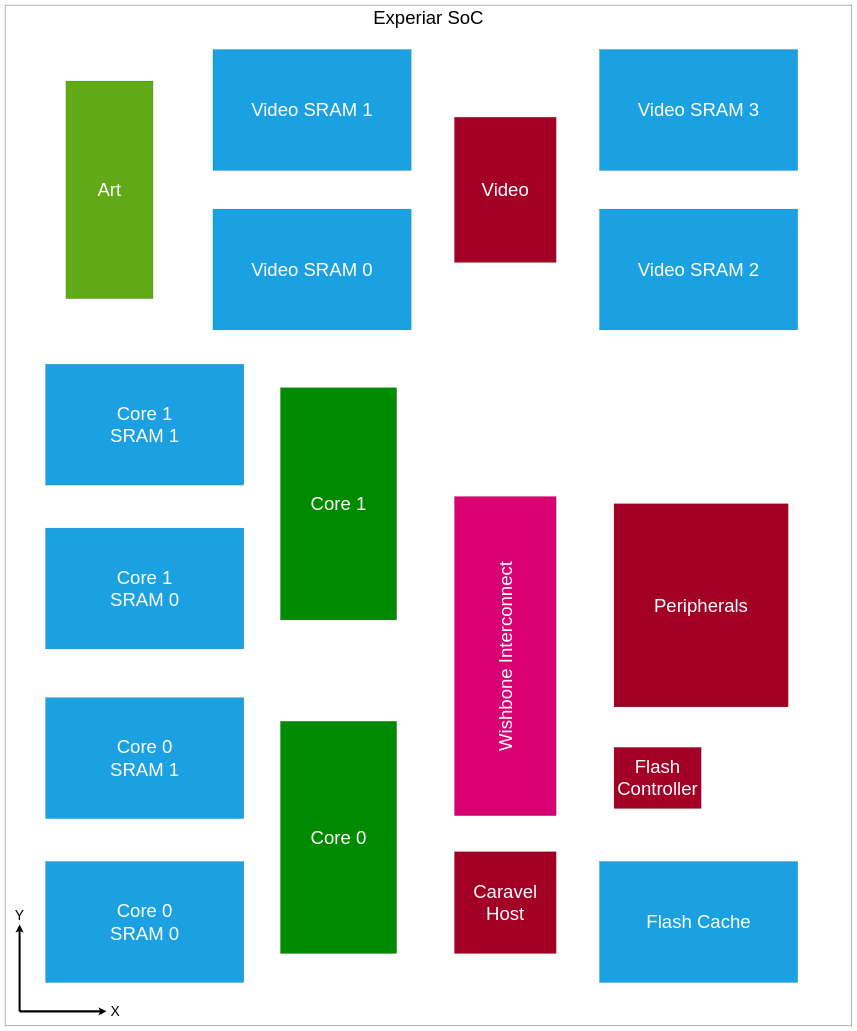
Above: page "Chip" (1 of 2) of docs/Design/Macros.drawio in Wevel/ExperiarSoC (draw.io), before the change. Source tidied: cells renumbered, new cells numbered last; positions are measured from the earlier drawing's top-left corner, leaving out a move shared by most shapes. Both pictures are drawn from the tidied source at 29%, with x=0, y=0 at pixel (5, 5).
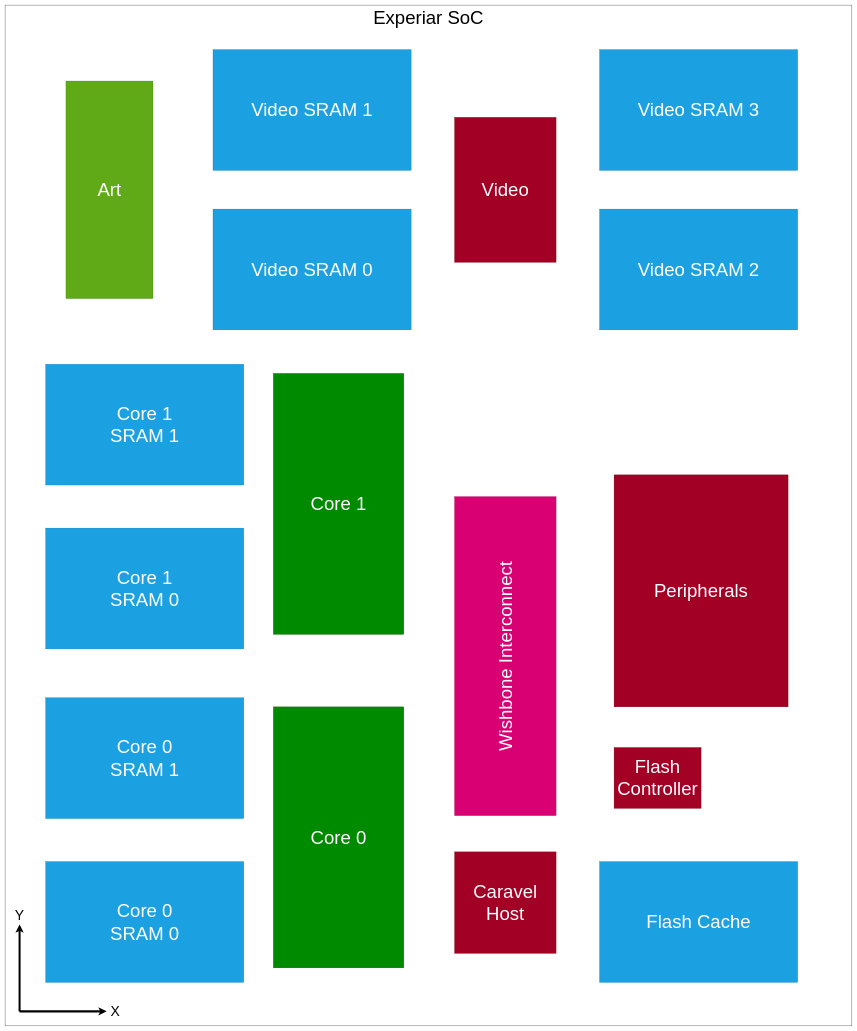
The same diagram, later.

Unchanged cells that the change refers to:
```xml
<mxCell id="2" style="group;flipV=1;" parent="1" vertex="1">
  <mxGeometry width="2920" height="3520" as="geometry" />
</mxCell>
```

What changed in the source:
```diff
@@
-    <mxCell id="3" value="&lt;font style=&quot;font-size: 64px&quot;&gt;Experiar SoC&lt;/font&gt;" style="rounded=0;whiteSpace=wrap;html=1;verticalAlign=top;flipV=1;direction=east;shadow=0;sketch=0;fillColor=default;gradientColor=none;glass=0;imageVerticalAlign=middle;noLabel=0;" parent="2" vertex="1">
+    <mxCell id="3" value="&lt;font style=&quot;font-size: 64px&quot;&gt;Experiar SoC&lt;/font&gt;" style="rounded=0;whiteSpace=wrap;html=1;verticalAlign=top;flipV=0;direction=east;shadow=0;sketch=0;fillColor=default;gradientColor=none;glass=0;imageVerticalAlign=middle;noLabel=0;" parent="2" vertex="1">
       <mxGeometry width="2920" height="3520" as="geometry" />
     </mxCell>
@@
     <mxCell id="5" value="&lt;font style=&quot;font-size: 64px&quot;&gt;Peripherals&lt;/font&gt;" style="rounded=0;whiteSpace=wrap;html=1;verticalAlign=middle;flipV=1;direction=east;shadow=0;sketch=0;fillColor=#a20025;glass=0;imageVerticalAlign=middle;noLabel=0;fontColor=#ffffff;strokeColor=#6F0000;" parent="2" vertex="1">
-      <mxGeometry x="2100" y="1720" width="600" height="700" as="geometry" />
+      <mxGeometry x="2100" y="1620" width="600" height="800" as="geometry" />
     </mxCell>
     <mxCell id="6" value="&lt;font style=&quot;font-size: 64px&quot;&gt;Core 1&lt;/font&gt;" style="rounded=0;whiteSpace=wrap;html=1;verticalAlign=middle;flipV=0;direction=east;shadow=0;sketch=0;fillColor=#008a00;glass=0;imageVerticalAlign=middle;noLabel=0;fontColor=#ffffff;strokeColor=#005700;" parent="2" vertex="1">
-      <mxGeometry x="950" y="1320" width="400" height="800" as="geometry" />
+      <mxGeometry x="925" y="1270" width="450" height="900" as="geometry" />
     </mxCell>
     <mxCell id="7" value="&lt;font style=&quot;font-size: 64px&quot;&gt;Core 0&lt;/font&gt;" style="rounded=0;whiteSpace=wrap;html=1;verticalAlign=middle;flipV=1;direction=east;shadow=0;sketch=0;fillColor=#008a00;glass=0;imageVerticalAlign=middle;noLabel=0;fontColor=#ffffff;strokeColor=#005700;" parent="2" vertex="1">
-      <mxGeometry x="950" y="2470" width="400" height="800" as="geometry" />
+      <mxGeometry x="925" y="2420" width="450" height="900" as="geometry" />
     </mxCell>
```
